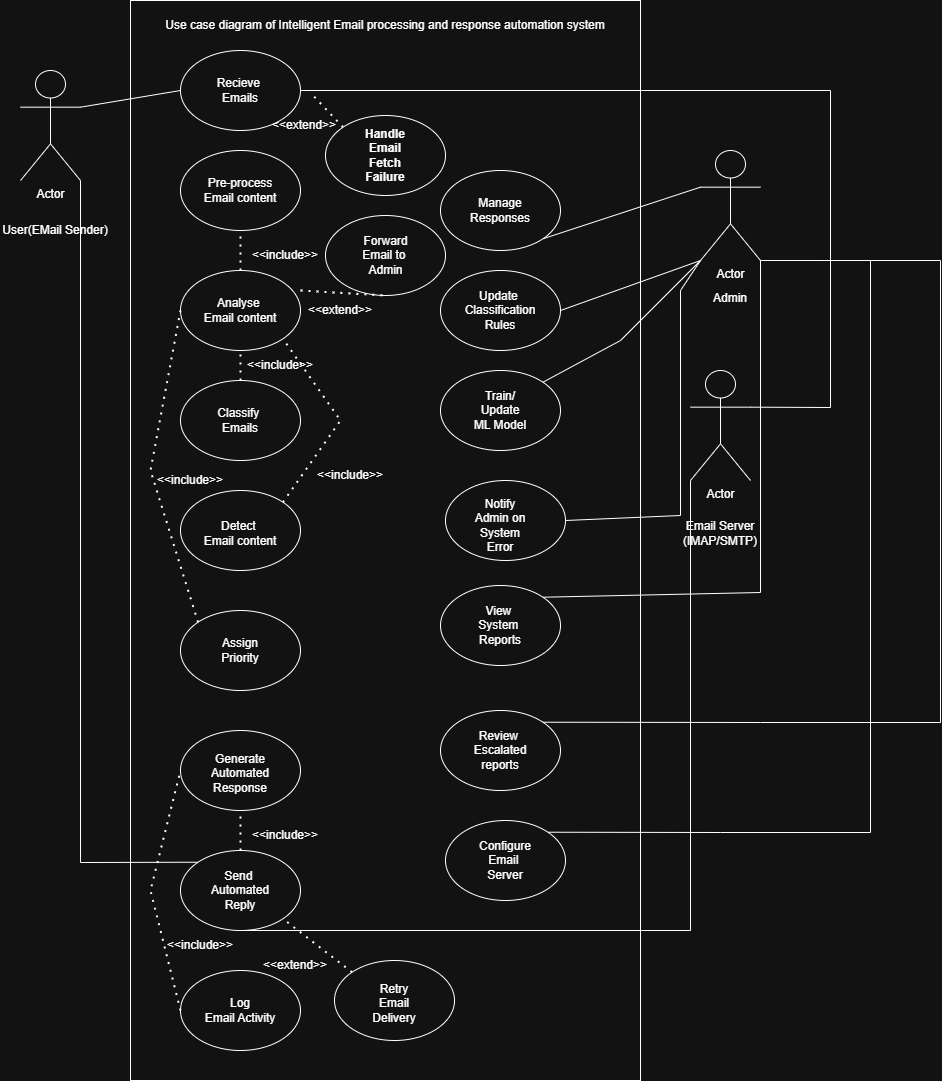
The draw.io diagram Email Processing.drawio.png in Bhavya1214/CS331, before a commit. Source tidied: cells renumbered, new cells last; positions are measured from the earlier drawing's top-left corner, leaving out a move shared by most shapes.
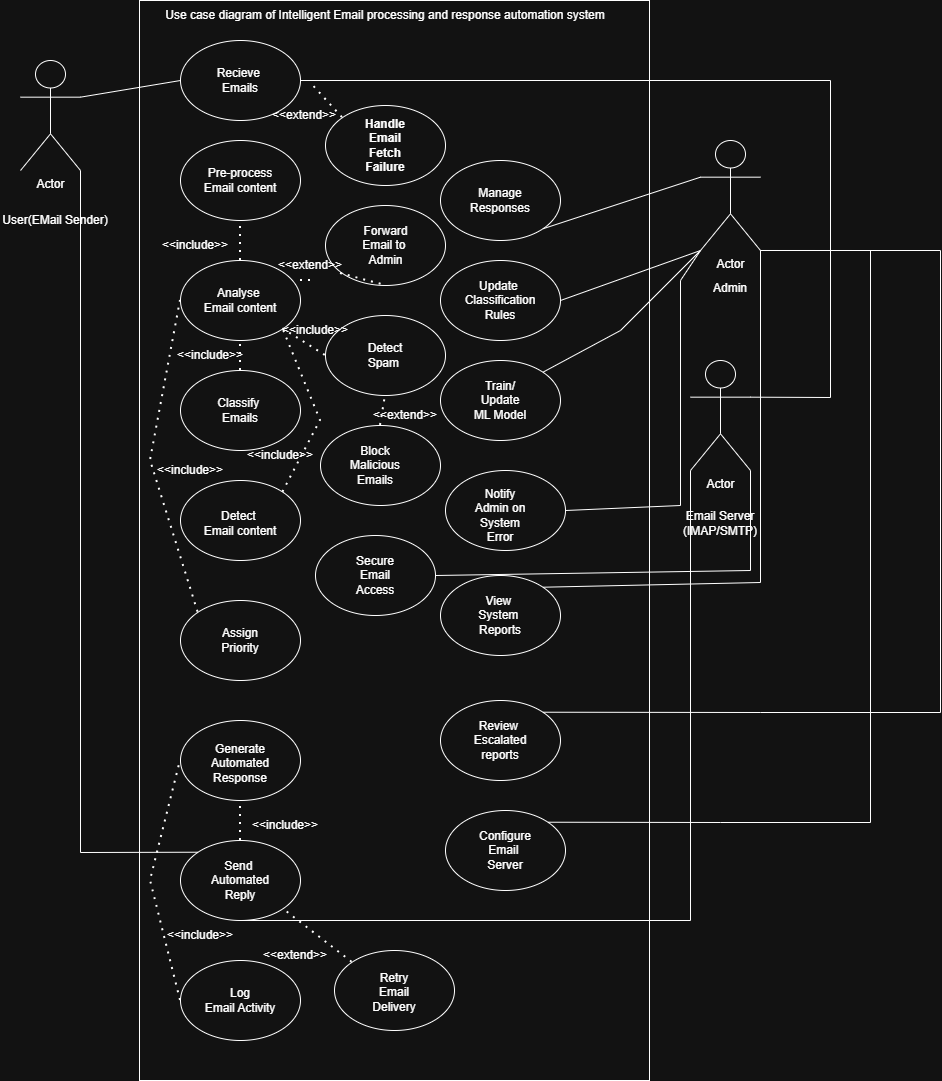
Above is the later version.

The edit, as a diff of the source:
```diff
@@ -6,7 +6,7 @@
       <mxGeometry x="20" y="70" width="60" height="110" as="geometry" />
     </mxCell>
     <mxCell id="3" style="rounded=0;whiteSpace=wrap;html=1;" parent="1" vertex="1">
-      <mxGeometry x="130" width="510" height="1080" as="geometry" />
+      <mxGeometry x="139" y="10" width="510" height="1080" as="geometry" />
     </mxCell>
     <mxCell id="4" value="Actor" style="shape=umlActor;verticalLabelPosition=bottom;verticalAlign=top;html=1;outlineConnect=0;" parent="1" vertex="1">
       <mxGeometry x="700" y="150" width="60" height="110" as="geometry" />
@@ -172,23 +172,23 @@
       <mxGeometry relative="1" as="geometry" />
     </mxCell>
     <mxCell id="47" value="&amp;lt;&amp;lt;include&amp;gt;&amp;gt;" style="text;html=1;whiteSpace=wrap;strokeColor=none;fillColor=none;align=center;verticalAlign=middle;rounded=0;" parent="1" vertex="1">
-      <mxGeometry x="250" y="240" width="70" height="30" as="geometry" />
+      <mxGeometry x="160" y="240" width="70" height="30" as="geometry" />
     </mxCell>
     <mxCell id="48" style="endArrow=none;dashed=1;html=1;dashPattern=1 3;strokeWidth=2;rounded=0;exitX=0.5;exitY=0;exitDx=0;exitDy=0;entryX=0.5;entryY=1;entryDx=0;entryDy=0;" parent="1" edge="1" source="7" target="6">
       <mxGeometry relative="1" as="geometry" />
     </mxCell>
     <mxCell id="49" value="&amp;lt;&amp;lt;include&amp;gt;&amp;gt;" style="text;html=1;whiteSpace=wrap;strokeColor=none;fillColor=none;align=center;verticalAlign=middle;rounded=0;" parent="1" vertex="1">
-      <mxGeometry x="250" y="350" width="60" height="30" as="geometry" />
+      <mxGeometry x="180" y="350" width="60" height="30" as="geometry" />
     </mxCell>
     <mxCell id="50" style="endArrow=none;dashed=1;html=1;dashPattern=1 3;strokeWidth=2;rounded=0;entryX=1;entryY=1;entryDx=0;entryDy=0;exitX=1;exitY=0;exitDx=0;exitDy=0;" parent="1" edge="1" source="8" target="6">
       <mxGeometry relative="1" as="geometry">
         <Array as="points">
-          <mxPoint x="340" y="420" />
+          <mxPoint x="320" y="430" />
         </Array>
       </mxGeometry>
     </mxCell>
     <mxCell id="51" value="&amp;lt;&amp;lt;include&amp;gt;&amp;gt;" style="text;html=1;whiteSpace=wrap;strokeColor=none;fillColor=none;align=center;verticalAlign=middle;rounded=0;" parent="1" vertex="1">
-      <mxGeometry x="320" y="460" width="60" height="30" as="geometry" />
+      <mxGeometry x="250" y="450" width="60" height="30" as="geometry" />
     </mxCell>
     <mxCell id="52" style="endArrow=none;dashed=1;html=1;dashPattern=1 3;strokeWidth=2;rounded=0;exitX=0;exitY=0;exitDx=0;exitDy=0;entryX=0;entryY=0.5;entryDx=0;entryDy=0;" parent="1" edge="1" source="9" target="6">
       <mxGeometry relative="1" as="geometry">
@@ -228,16 +228,11 @@
     <mxCell id="59" style="ellipse;whiteSpace=wrap;html=1;" parent="1" vertex="1">
       <mxGeometry x="325" y="215" width="120" height="80" as="geometry" />
     </mxCell>
-    <mxCell id="60" value="&amp;lt;&amp;lt;extend&amp;gt;&amp;gt;" style="text;html=1;whiteSpace=wrap;strokeColor=none;fillColor=none;align=center;verticalAlign=middle;rounded=0;" parent="1" vertex="1">
-      <mxGeometry x="310" y="295" width="60" height="30" as="geometry" />
-    </mxCell>
     <mxCell id="61" value="Forward Email to&amp;nbsp;&lt;div&gt;Admin&lt;/div&gt;" style="text;html=1;whiteSpace=wrap;strokeColor=none;fillColor=none;align=center;verticalAlign=middle;rounded=0;" parent="1" vertex="1">
       <mxGeometry x="347.5" y="240" width="75" height="30" as="geometry" />
     </mxCell>
-    <mxCell id="62" style="endArrow=none;dashed=1;html=1;dashPattern=1 3;strokeWidth=2;rounded=0;entryX=0.5;entryY=1;entryDx=0;entryDy=0;" parent="1" edge="1" target="59">
-      <mxGeometry relative="1" as="geometry">
-        <mxPoint x="300" y="290" as="sourcePoint" />
-      </mxGeometry>
+    <mxCell id="62" style="endArrow=none;dashed=1;html=1;dashPattern=1 3;strokeWidth=2;rounded=0;entryX=0.5;entryY=1;entryDx=0;entryDy=0;" parent="1" edge="1" source="60" target="59">
+      <mxGeometry relative="1" as="geometry" />
     </mxCell>
     <mxCell id="63" style="endArrow=none;html=1;rounded=0;entryX=0;entryY=0.5;entryDx=0;entryDy=0;exitX=1;exitY=0.3333333333333333;exitDx=0;exitDy=0;exitPerimeter=0;" parent="1" edge="1" source="2" target="36">
       <mxGeometry relative="1" as="geometry" />
@@ -287,5 +282,51 @@
     <mxCell id="76" value="Train/&lt;div&gt;Update ML Model&lt;/div&gt;" style="text;html=1;whiteSpace=wrap;strokeColor=none;fillColor=none;align=center;verticalAlign=middle;rounded=0;" parent="1" vertex="1">
       <mxGeometry x="470" y="395" width="60" height="30" as="geometry" />
     </mxCell>
+    <mxCell id="77" style="ellipse;whiteSpace=wrap;html=1;" parent="1" vertex="1">
+      <mxGeometry x="325" y="325" width="120" height="80" as="geometry" />
+    </mxCell>
+    <mxCell id="78" style="ellipse;whiteSpace=wrap;html=1;" parent="1" vertex="1">
+      <mxGeometry x="320" y="435" width="120" height="80" as="geometry" />
+    </mxCell>
+    <mxCell id="79" style="ellipse;whiteSpace=wrap;html=1;" parent="1" vertex="1">
+      <mxGeometry x="315" y="545" width="120" height="80" as="geometry" />
+    </mxCell>
+    <mxCell id="80" value="Detect Spam&amp;nbsp;" style="text;html=1;whiteSpace=wrap;strokeColor=none;fillColor=none;align=center;verticalAlign=middle;rounded=0;" parent="1" vertex="1">
+      <mxGeometry x="355" y="350" width="60" height="30" as="geometry" />
+    </mxCell>
+    <mxCell id="81" value="Block Malicious Emails" style="text;html=1;whiteSpace=wrap;strokeColor=none;fillColor=none;align=center;verticalAlign=middle;rounded=0;" parent="1" vertex="1">
+      <mxGeometry x="345" y="460" width="60" height="30" as="geometry" />
+    </mxCell>
+    <mxCell id="82" value="Secure Email Access" style="text;html=1;whiteSpace=wrap;strokeColor=none;fillColor=none;align=center;verticalAlign=middle;rounded=0;" parent="1" vertex="1">
+      <mxGeometry x="345" y="570" width="60" height="30" as="geometry" />
+    </mxCell>
+    <mxCell id="83" style="endArrow=none;dashed=1;html=1;dashPattern=1 3;strokeWidth=2;rounded=0;exitX=1;exitY=1;exitDx=0;exitDy=0;entryX=0;entryY=0.5;entryDx=0;entryDy=0;" parent="1" edge="1" source="6" target="77">
+      <mxGeometry relative="1" as="geometry" />
+    </mxCell>
+    <mxCell id="84" style="endArrow=none;dashed=1;html=1;dashPattern=1 3;strokeWidth=2;rounded=0;entryX=0.5;entryY=1;entryDx=0;entryDy=0;" parent="1" edge="1" target="60">
+      <mxGeometry relative="1" as="geometry">
+        <mxPoint x="300" y="290" as="sourcePoint" />
+      </mxGeometry>
+    </mxCell>
+    <mxCell id="60" value="&amp;lt;&amp;lt;extend&amp;gt;&amp;gt;" style="text;html=1;whiteSpace=wrap;strokeColor=none;fillColor=none;align=center;verticalAlign=middle;rounded=0;" parent="1" vertex="1">
+      <mxGeometry x="280" y="260" width="60" height="30" as="geometry" />
+    </mxCell>
+    <mxCell id="85" value="&amp;lt;&amp;lt;include&amp;gt;&amp;gt;" style="text;html=1;whiteSpace=wrap;strokeColor=none;fillColor=none;align=center;verticalAlign=middle;rounded=0;" parent="1" vertex="1">
+      <mxGeometry x="285" y="325" width="60" height="30" as="geometry" />
+    </mxCell>
+    <mxCell id="86" style="endArrow=none;dashed=1;html=1;dashPattern=1 3;strokeWidth=2;rounded=0;entryX=0.5;entryY=1;entryDx=0;entryDy=0;exitX=0.5;exitY=0;exitDx=0;exitDy=0;" parent="1" edge="1" source="78" target="77">
+      <mxGeometry relative="1" as="geometry" />
+    </mxCell>
+    <mxCell id="87" value="&amp;lt;&amp;lt;extend&amp;gt;&amp;gt;" style="text;html=1;whiteSpace=wrap;strokeColor=none;fillColor=none;align=center;verticalAlign=middle;rounded=0;" parent="1" vertex="1">
+      <mxGeometry x="375" y="410" width="60" height="30" as="geometry" />
+    </mxCell>
+    <mxCell id="88" style="endArrow=none;html=1;rounded=0;exitX=1;exitY=0.5;exitDx=0;exitDy=0;" parent="1" edge="1" source="79">
+      <mxGeometry relative="1" as="geometry">
+        <mxPoint x="750" y="480" as="targetPoint" />
+        <Array as="points">
+          <mxPoint x="750" y="580" />
+        </Array>
+      </mxGeometry>
+    </mxCell>
   </root>
 </mxGraphModel>
```
